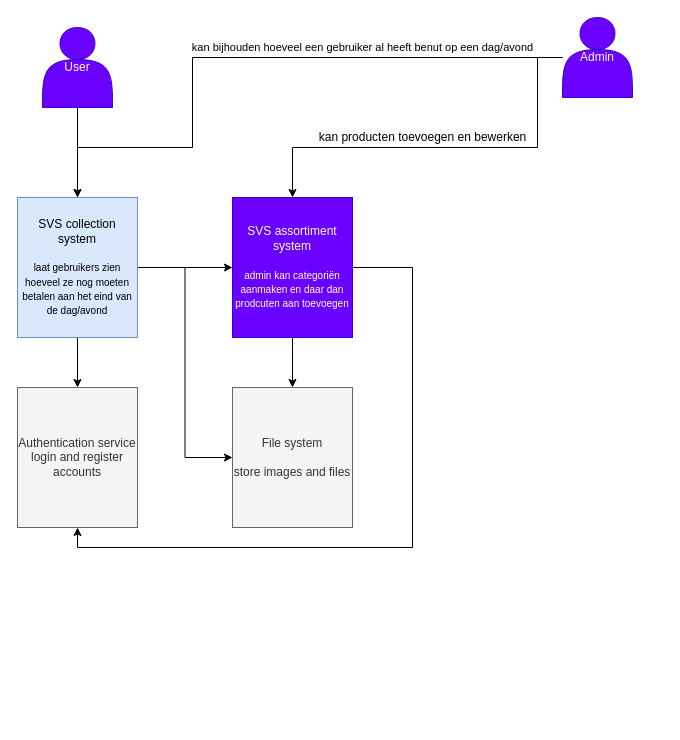
The draw.io diagram page "C1" (1 of 3) of documentatie/semester3 ip.drawio in Maarten14NL/CantineCollection, before the edit. Source tidied: cells renumbered, new cells numbered last; positions are measured from the earlier drawing's top-left corner, leaving out a move shared by most shapes. Both pictures are drawn from the tidied source at 100%, with x=0, y=0 at pixel (17, 17).
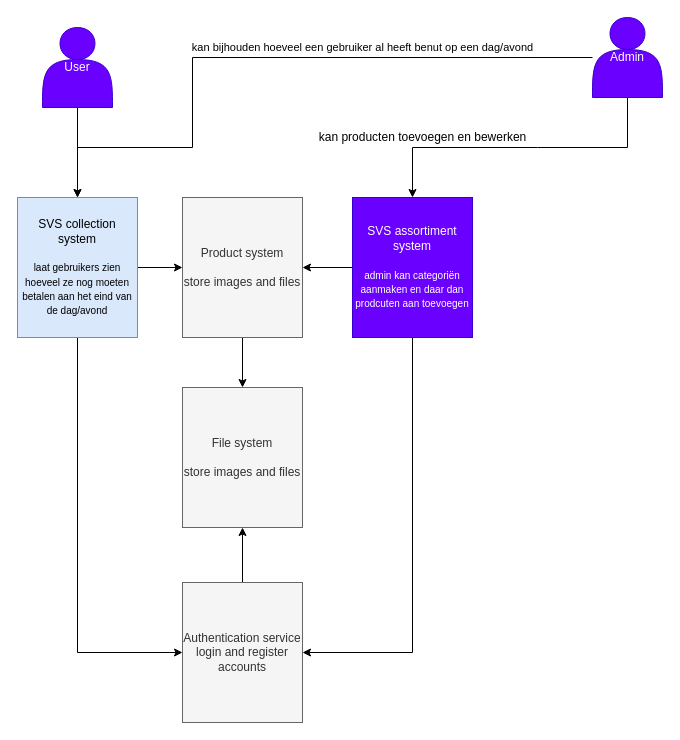
The same diagram, later.

Unchanged cells that the change refers to:
```xml
<mxCell id="7" value="SVS collection system&lt;br&gt;&lt;br&gt;&lt;font style=&quot;font-size: 10px&quot;&gt;laat gebruikers zien hoeveel ze nog moeten betalen aan het eind van de dag/avond&lt;/font&gt;" style="rounded=0;whiteSpace=wrap;html=1;fillColor=#dae8fc;strokeColor=#6c8ebf;" parent="1" vertex="1">
  <mxGeometry y="180" width="120" height="140" as="geometry" />
</mxCell>
```

What changed in the source:
```diff
@@
-    <mxCell id="4" style="edgeStyle=orthogonalEdgeStyle;rounded=0;jettySize=auto;html=1;entryX=0;entryY=0.5;entryDx=0;entryDy=0;" parent="1" edge="1" source="7" target="11">
-      <mxGeometry relative="1" as="geometry" />
-    </mxCell>
-    <mxCell id="5" style="edgeStyle=orthogonalEdgeStyle;rounded=0;jettySize=auto;html=1;entryX=0;entryY=0.5;entryDx=0;entryDy=0;" parent="1" edge="1" source="7" target="14">
-      <mxGeometry relative="1" as="geometry" />
-    </mxCell>
+    <mxCell id="18" style="edgeStyle=orthogonalEdgeStyle;rounded=0;jettySize=auto;html=1;entryX=0;entryY=0.5;entryDx=0;entryDy=0;" parent="1" edge="1" source="7" target="22">
+      <mxGeometry relative="1" as="geometry" />
+    </mxCell>
-    <mxCell id="6" style="edgeStyle=orthogonalEdgeStyle;rounded=0;jettySize=auto;html=1;entryX=0.5;entryY=0;entryDx=0;entryDy=0;" parent="1" edge="1" source="7" target="17">
-      <mxGeometry relative="1" as="geometry" />
+    <mxCell id="6" style="edgeStyle=orthogonalEdgeStyle;rounded=0;jettySize=auto;html=1;entryX=0;entryY=0.5;entryDx=0;entryDy=0;" parent="1" edge="1" source="7" target="17">
+      <mxGeometry relative="1" as="geometry">
+        <Array as="points">
+          <mxPoint x="60" y="635" />
+        </Array>
+      </mxGeometry>
     </mxCell>
@@
     <mxCell id="10" value="Admin" style="shape=actor;whiteSpace=wrap;html=1;fillColor=#6a00ff;strokeColor=#3700CC;fontColor=#ffffff;" parent="1" vertex="1">
-      <mxGeometry x="545" width="70" height="80" as="geometry" />
+      <mxGeometry x="575" width="70" height="80" as="geometry" />
     </mxCell>
     <mxCell id="11" value="File system&lt;br&gt;&lt;br&gt;store images and files" style="rounded=0;whiteSpace=wrap;html=1;fillColor=#f5f5f5;strokeColor=#666666;fontColor=#333333;" parent="1" vertex="1">
-      <mxGeometry x="215" y="370" width="120" height="140" as="geometry" />
+      <mxGeometry x="165" y="370" width="120" height="140" as="geometry" />
     </mxCell>
-    <mxCell id="12" style="edgeStyle=orthogonalEdgeStyle;rounded=0;jettySize=auto;html=1;entryX=0.5;entryY=0;entryDx=0;entryDy=0;" parent="1" edge="1" source="14" target="11">
-      <mxGeometry relative="1" as="geometry" />
-    </mxCell>
+    <mxCell id="19" style="edgeStyle=orthogonalEdgeStyle;rounded=0;jettySize=auto;html=1;entryX=1;entryY=0.5;entryDx=0;entryDy=0;" parent="1" edge="1" source="14" target="22">
+      <mxGeometry relative="1" as="geometry" />
+    </mxCell>
-    <mxCell id="13" style="edgeStyle=orthogonalEdgeStyle;rounded=0;jettySize=auto;html=1;entryX=0.5;entryY=1;entryDx=0;entryDy=0;" parent="1" edge="1" source="14" target="17">
+    <mxCell id="13" style="edgeStyle=orthogonalEdgeStyle;rounded=0;jettySize=auto;html=1;entryX=1;entryY=0.5;entryDx=0;entryDy=0;" parent="1" edge="1" source="14" target="17">
       <mxGeometry relative="1" as="geometry">
         <Array as="points">
-          <mxPoint x="395" y="250" />
-          <mxPoint x="395" y="530" />
-          <mxPoint x="60" y="530" />
+          <mxPoint x="395" y="635" />
         </Array>
       </mxGeometry>
     </mxCell>
     <mxCell id="14" value="SVS assortiment system&lt;br&gt;&lt;br&gt;&lt;font style=&quot;font-size: 10px&quot;&gt;admin kan categoriën aanmaken en daar dan prodcuten aan toevoegen&lt;/font&gt;" style="rounded=0;whiteSpace=wrap;html=1;fillColor=#6a00ff;strokeColor=#3700CC;fontColor=#ffffff;" parent="1" vertex="1">
-      <mxGeometry x="215" y="180" width="120" height="140" as="geometry" />
+      <mxGeometry x="335" y="180" width="120" height="140" as="geometry" />
     </mxCell>
@@
+    <mxCell id="20" style="edgeStyle=orthogonalEdgeStyle;rounded=0;jettySize=auto;html=1;entryX=0.5;entryY=1;entryDx=0;entryDy=0;" parent="1" edge="1" source="17" target="11">
+      <mxGeometry relative="1" as="geometry" />
+    </mxCell>
     <mxCell id="17" value="Authentication service&lt;br&gt;login and register accounts" style="rounded=0;whiteSpace=wrap;html=1;fillColor=#f5f5f5;strokeColor=#666666;fontColor=#333333;" parent="1" vertex="1">
-      <mxGeometry y="370" width="120" height="140" as="geometry" />
+      <mxGeometry x="165" y="565" width="120" height="140" as="geometry" />
     </mxCell>
+    <mxCell id="21" style="edgeStyle=orthogonalEdgeStyle;rounded=0;jettySize=auto;html=1;entryX=0.5;entryY=0;entryDx=0;entryDy=0;" parent="1" edge="1" source="22" target="11">
+      <mxGeometry relative="1" as="geometry" />
+    </mxCell>
+    <mxCell id="22" value="Product system&lt;br&gt;&lt;br&gt;store images and files" style="rounded=0;whiteSpace=wrap;html=1;fillColor=#f5f5f5;strokeColor=#666666;fontColor=#333333;" parent="1" vertex="1">
+      <mxGeometry x="165" y="180" width="120" height="140" as="geometry" />
+    </mxCell>
```
